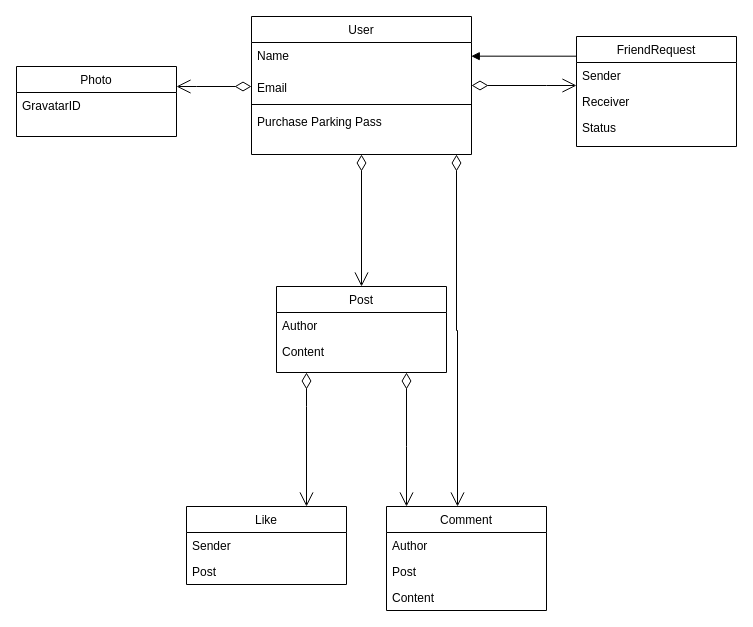
This is odinbook.drawio from upkl/odin-rails-mailers-advanced-odinbook, a draw.io file, before an edit. Source tidied: cells renumbered, new cells numbered last; positions are measured from the earlier drawing's top-left corner, leaving out a move shared by most shapes. Both pictures are drawn from the tidied source at 100%, with x=0, y=0 at pixel (16, 16).
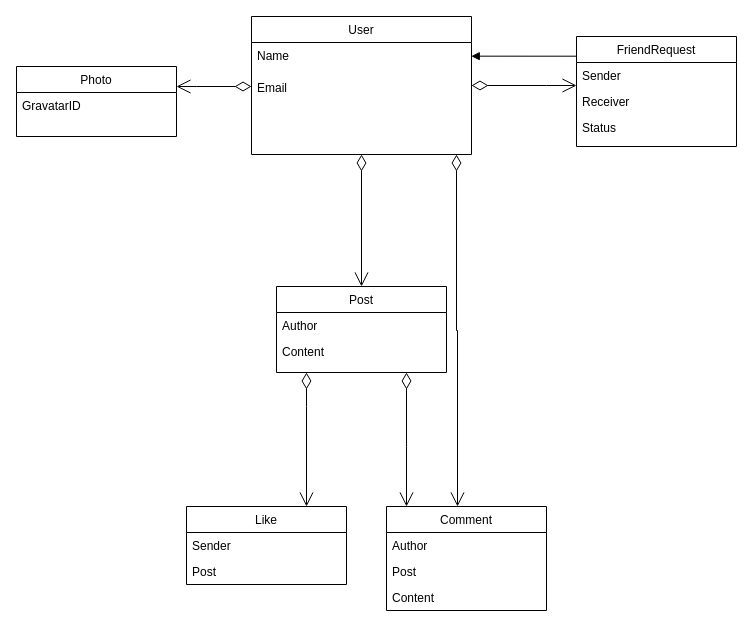
The same diagram, later.

The change refers to these unchanged cells:
```xml
<mxCell id="2" value="User" style="swimlane;fontStyle=0;align=center;verticalAlign=top;horizontal=1;startSize=26;rounded=0;shadow=0;strokeWidth=1;" parent="1" vertex="1">
  <mxGeometry x="235" width="220" height="138" as="geometry" />
</mxCell>
```

The edit, as a diff of the source:
```diff
@@
-    <mxCell id="5" style="line;html=1;strokeWidth=1;align=left;verticalAlign=middle;spacingTop=-1;spacingLeft=3;spacingRight=3;labelPosition=right;" parent="2" vertex="1">
-      <mxGeometry y="84" width="220" height="8" as="geometry" />
-    </mxCell>
-    <mxCell id="6" value="Purchase Parking Pass" style="text;align=left;verticalAlign=top;spacingLeft=4;spacingRight=4;overflow=hidden;" parent="2" vertex="1">
-      <mxGeometry y="92" width="220" height="26" as="geometry" />
-    </mxCell>
```
